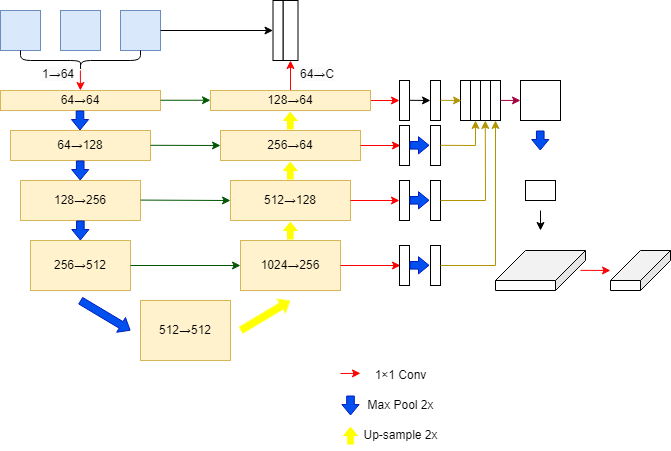
Above: test.drawio.png in DemonH-p/self-study (draw.io), before the change. Source tidied: cells renumbered, new cells last; positions are measured from the earlier drawing's top-left corner, leaving out a move shared by most shapes.
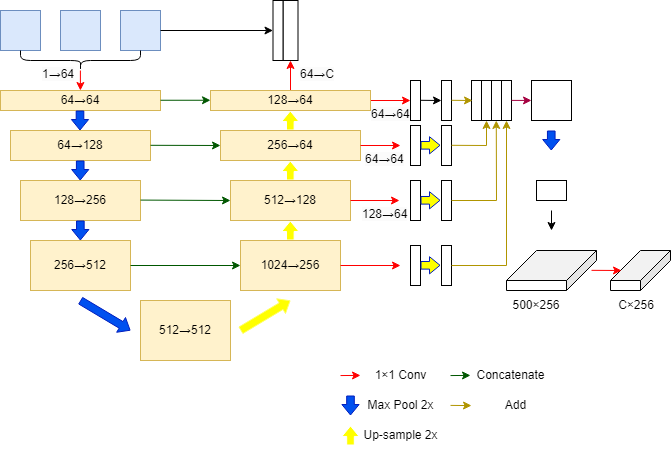
The same file after the commit.

Change to the diagram source:
```diff
@@ -98,15 +98,11 @@
         </Array>
       </mxGeometry>
     </mxCell>
-    <mxCell id="19" style="endArrow=classic;html=1;rounded=0;fillColor=#e51400;strokeColor=#ff0000;" parent="1" edge="1">
+    <mxCell id="19" style="endArrow=classic;html=1;rounded=0;fillColor=#e51400;strokeColor=#ff0000;entryX=0;entryY=0.5;entryDx=0;entryDy=0;" parent="1" edge="1" target="20">
       <mxGeometry relative="1" as="geometry">
         <mxPoint x="359" y="100" as="sourcePoint" />
-        <mxPoint x="399" y="100" as="targetPoint" />
       </mxGeometry>
     </mxCell>
-    <mxCell id="20" style="rounded=0;whiteSpace=wrap;html=1;" parent="1" vertex="1">
-      <mxGeometry x="399" y="80" width="10" height="40" as="geometry" />
-    </mxCell>
     <mxCell id="21" style="rounded=0;whiteSpace=wrap;html=1;" parent="1" vertex="1">
       <mxGeometry x="282.5" width="15" height="60" as="geometry" />
     </mxCell>
@@ -166,7 +162,7 @@
       </mxGeometry>
     </mxCell>
     <mxCell id="35" style="rounded=0;whiteSpace=wrap;html=1;" parent="1" vertex="1">
-      <mxGeometry x="399" y="125" width="10" height="40" as="geometry" />
+      <mxGeometry x="410" y="125" width="10" height="40" as="geometry" />
     </mxCell>
     <mxCell id="36" style="endArrow=classic;html=1;rounded=0;fillColor=#e51400;strokeColor=#ff0000;exitX=1;exitY=0.5;exitDx=0;exitDy=0;" parent="1" edge="1" source="33">
       <mxGeometry relative="1" as="geometry">
@@ -174,7 +170,7 @@
       </mxGeometry>
     </mxCell>
     <mxCell id="37" style="rounded=0;whiteSpace=wrap;html=1;" parent="1" vertex="1">
-      <mxGeometry x="399" y="180" width="10" height="40" as="geometry" />
+      <mxGeometry x="410" y="180" width="10" height="40" as="geometry" />
     </mxCell>
     <mxCell id="38" style="endArrow=classic;html=1;rounded=0;fillColor=#e51400;strokeColor=#ff0000;exitX=1;exitY=0.5;exitDx=0;exitDy=0;" parent="1" edge="1" source="32">
       <mxGeometry relative="1" as="geometry">
@@ -182,107 +178,107 @@
       </mxGeometry>
     </mxCell>
     <mxCell id="39" style="rounded=0;whiteSpace=wrap;html=1;" parent="1" vertex="1">
-      <mxGeometry x="399" y="245" width="10" height="40" as="geometry" />
+      <mxGeometry x="410" y="245" width="10" height="40" as="geometry" />
     </mxCell>
-    <mxCell id="40" style="shape=flexArrow;endArrow=classic;html=1;rounded=0;fillColor=#0050ef;strokeColor=#001DBC;endWidth=8.571428571428571;endSize=3.157142857142857;width=7.619047619047619;" parent="1" edge="1">
+    <mxCell id="40" style="shape=flexArrow;endArrow=classic;html=1;rounded=0;fillColor=#FFFF00;strokeColor=#001DBC;endWidth=8.571428571428571;endSize=3.157142857142857;width=7.619047619047619;" parent="1" edge="1">
       <mxGeometry relative="1" as="geometry">
-        <mxPoint x="409" y="144.8" as="sourcePoint" />
-        <mxPoint x="429" y="144.8" as="targetPoint" />
+        <mxPoint x="420" y="144.8" as="sourcePoint" />
+        <mxPoint x="440" y="144.8" as="targetPoint" />
         <Array as="points">
-          <mxPoint x="409" y="144.8" />
+          <mxPoint x="420" y="144.8" />
         </Array>
       </mxGeometry>
     </mxCell>
     <mxCell id="41" style="rounded=0;whiteSpace=wrap;html=1;" parent="1" vertex="1">
-      <mxGeometry x="430" y="125" width="10" height="40" as="geometry" />
+      <mxGeometry x="441" y="125" width="10" height="40" as="geometry" />
     </mxCell>
-    <mxCell id="42" style="shape=flexArrow;endArrow=classic;html=1;rounded=0;fillColor=#0050ef;strokeColor=#001DBC;endWidth=8.571428571428571;endSize=3.157142857142857;width=7.619047619047619;" parent="1" edge="1">
+    <mxCell id="42" style="shape=flexArrow;endArrow=classic;html=1;rounded=0;fillColor=#FFFF00;strokeColor=#001DBC;endWidth=8.571428571428571;endSize=3.157142857142857;width=7.619047619047619;" parent="1" edge="1">
       <mxGeometry relative="1" as="geometry">
-        <mxPoint x="409" y="199.8" as="sourcePoint" />
-        <mxPoint x="429" y="199.8" as="targetPoint" />
+        <mxPoint x="420" y="199.8" as="sourcePoint" />
+        <mxPoint x="440" y="199.8" as="targetPoint" />
         <Array as="points">
-          <mxPoint x="409" y="199.8" />
+          <mxPoint x="420" y="199.8" />
         </Array>
       </mxGeometry>
     </mxCell>
     <mxCell id="43" style="rounded=0;whiteSpace=wrap;html=1;" parent="1" vertex="1">
-      <mxGeometry x="430" y="180" width="10" height="40" as="geometry" />
+      <mxGeometry x="441" y="180" width="10" height="40" as="geometry" />
     </mxCell>
-    <mxCell id="44" style="shape=flexArrow;endArrow=classic;html=1;rounded=0;fillColor=#0050ef;strokeColor=#001DBC;endWidth=8.571428571428571;endSize=3.157142857142857;width=7.619047619047619;" parent="1" edge="1">
+    <mxCell id="44" style="shape=flexArrow;endArrow=classic;html=1;rounded=0;fillColor=#FFFF00;strokeColor=#001DBC;endWidth=8.571428571428571;endSize=3.157142857142857;width=7.619047619047619;" parent="1" edge="1">
       <mxGeometry relative="1" as="geometry">
-        <mxPoint x="409" y="264.8" as="sourcePoint" />
-        <mxPoint x="429" y="264.8" as="targetPoint" />
+        <mxPoint x="420" y="264.8" as="sourcePoint" />
+        <mxPoint x="440" y="264.8" as="targetPoint" />
         <Array as="points">
-          <mxPoint x="409" y="264.8" />
+          <mxPoint x="420" y="264.8" />
         </Array>
       </mxGeometry>
     </mxCell>
     <mxCell id="45" style="rounded=0;whiteSpace=wrap;html=1;" parent="1" vertex="1">
-      <mxGeometry x="430" y="245" width="10" height="40" as="geometry" />
+      <mxGeometry x="441" y="245" width="10" height="40" as="geometry" />
     </mxCell>
     <mxCell id="46" style="rounded=0;whiteSpace=wrap;html=1;" parent="1" vertex="1">
-      <mxGeometry x="430" y="80" width="10" height="40" as="geometry" />
+      <mxGeometry x="441" y="80" width="10" height="40" as="geometry" />
     </mxCell>
     <mxCell id="47" style="endArrow=classic;html=1;rounded=0;fillColor=#e51400;strokeColor=#000000;" parent="1" edge="1">
       <mxGeometry relative="1" as="geometry">
-        <mxPoint x="409" y="99.8" as="sourcePoint" />
-        <mxPoint x="430" y="100" as="targetPoint" />
+        <mxPoint x="420" y="99.8" as="sourcePoint" />
+        <mxPoint x="441" y="100" as="targetPoint" />
       </mxGeometry>
     </mxCell>
     <mxCell id="48" style="rounded=0;whiteSpace=wrap;html=1;" parent="1" vertex="1">
-      <mxGeometry x="460" y="80" width="10" height="40" as="geometry" />
+      <mxGeometry x="471" y="80" width="10" height="40" as="geometry" />
     </mxCell>
     <mxCell id="49" style="rounded=0;whiteSpace=wrap;html=1;" parent="1" vertex="1">
-      <mxGeometry x="470" y="80" width="10" height="40" as="geometry" />
+      <mxGeometry x="481" y="80" width="10" height="40" as="geometry" />
     </mxCell>
     <mxCell id="50" style="rounded=0;whiteSpace=wrap;html=1;" parent="1" vertex="1">
-      <mxGeometry x="480" y="80" width="10" height="40" as="geometry" />
+      <mxGeometry x="491" y="80" width="10" height="40" as="geometry" />
     </mxCell>
     <mxCell id="51" style="rounded=0;whiteSpace=wrap;html=1;" parent="1" vertex="1">
-      <mxGeometry x="490" y="80" width="10" height="40" as="geometry" />
+      <mxGeometry x="501" y="80" width="10" height="40" as="geometry" />
     </mxCell>
     <mxCell id="52" style="endArrow=classic;html=1;rounded=0;fillColor=#e3c800;strokeColor=#B09500;" parent="1" edge="1">
       <mxGeometry relative="1" as="geometry">
-        <mxPoint x="440" y="99.8" as="sourcePoint" />
-        <mxPoint x="461" y="100" as="targetPoint" />
+        <mxPoint x="451" y="99.8" as="sourcePoint" />
+        <mxPoint x="472" y="100" as="targetPoint" />
       </mxGeometry>
     </mxCell>
     <mxCell id="53" style="endArrow=classic;html=1;rounded=0;fillColor=#e3c800;strokeColor=#B09500;entryX=0.5;entryY=1;entryDx=0;entryDy=0;" parent="1" edge="1" target="49">
       <mxGeometry relative="1" as="geometry">
-        <mxPoint x="440" y="144.8" as="sourcePoint" />
+        <mxPoint x="451" y="144.8" as="sourcePoint" />
         <Array as="points">
-          <mxPoint x="475" y="145" />
+          <mxPoint x="486" y="145" />
         </Array>
       </mxGeometry>
     </mxCell>
     <mxCell id="54" style="endArrow=classic;html=1;rounded=0;fillColor=#e3c800;strokeColor=#B09500;entryX=0.477;entryY=1;entryDx=0;entryDy=0;entryPerimeter=0;exitX=1;exitY=0.5;exitDx=0;exitDy=0;" parent="1" edge="1" source="43" target="50">
       <mxGeometry relative="1" as="geometry">
         <Array as="points">
-          <mxPoint x="485" y="200" />
+          <mxPoint x="496" y="200" />
         </Array>
       </mxGeometry>
     </mxCell>
     <mxCell id="55" style="endArrow=classic;html=1;rounded=0;fillColor=#e3c800;strokeColor=#B09500;entryX=0.5;entryY=1;entryDx=0;entryDy=0;exitX=1;exitY=0.5;exitDx=0;exitDy=0;" parent="1" edge="1" source="45" target="51">
       <mxGeometry relative="1" as="geometry">
         <Array as="points">
-          <mxPoint x="495" y="265" />
+          <mxPoint x="506" y="265" />
         </Array>
       </mxGeometry>
     </mxCell>
     <mxCell id="56" style="endArrow=classic;html=1;rounded=0;fillColor=#d80073;strokeColor=#A50040;" parent="1" edge="1" target="57">
       <mxGeometry relative="1" as="geometry">
-        <mxPoint x="500" y="99.9" as="sourcePoint" />
+        <mxPoint x="511" y="99.9" as="sourcePoint" />
       </mxGeometry>
     </mxCell>
     <mxCell id="57" style="rounded=0;whiteSpace=wrap;html=1;" parent="1" vertex="1">
-      <mxGeometry x="520" y="80" width="40" height="40" as="geometry" />
+      <mxGeometry x="531" y="80" width="40" height="40" as="geometry" />
     </mxCell>
     <mxCell id="58" style="shape=flexArrow;endArrow=classic;html=1;rounded=0;fillColor=#0050ef;strokeColor=#001DBC;endWidth=8.571428571428571;endSize=3.157142857142857;width=7.619047619047619;" parent="1" edge="1">
       <mxGeometry relative="1" as="geometry">
-        <mxPoint x="539.8" y="130" as="sourcePoint" />
-        <mxPoint x="539.8" y="150" as="targetPoint" />
+        <mxPoint x="550.8" y="130" as="sourcePoint" />
+        <mxPoint x="550.8" y="150" as="targetPoint" />
         <Array as="points">
-          <mxPoint x="539.8" y="130" />
+          <mxPoint x="550.8" y="130" />
         </Array>
       </mxGeometry>
     </mxCell>
@@ -294,8 +290,8 @@
     </mxCell>
     <mxCell id="61" style="endArrow=classic;html=1;rounded=0;fillColor=#e51400;strokeColor=#ff0000;" parent="1" edge="1">
       <mxGeometry relative="1" as="geometry">
-        <mxPoint x="340" y="373" as="sourcePoint" />
-        <mxPoint x="360" y="372.8" as="targetPoint" />
+        <mxPoint x="340" y="375.1" as="sourcePoint" />
+        <mxPoint x="360" y="374.9" as="targetPoint" />
       </mxGeometry>
     </mxCell>
     <mxCell id="62" value="1×1 Conv" style="text;html=1;align=center;verticalAlign=middle;strokeColor=none;fillColor=none;" parent="1" vertex="1">
@@ -326,25 +322,61 @@
       <mxGeometry x="350" y="420" width="100" height="30" as="geometry" />
     </mxCell>
     <mxCell id="67" style="rounded=0;whiteSpace=wrap;html=1;" parent="1" vertex="1">
-      <mxGeometry x="525" y="180" width="30" height="20" as="geometry" />
+      <mxGeometry x="536" y="180" width="30" height="20" as="geometry" />
     </mxCell>
     <mxCell id="68" style="shape=cube;whiteSpace=wrap;html=1;boundedLbl=1;backgroundOutline=1;darkOpacity=0.05;darkOpacity2=0.1;flipH=1;size=30;" parent="1" vertex="1">
-      <mxGeometry x="495" y="250" width="90" height="40" as="geometry" />
+      <mxGeometry x="506" y="250" width="90" height="40" as="geometry" />
     </mxCell>
     <mxCell id="69" value="&lt;p style=&quot;line-height: 120%; font-size: 11px;&quot;&gt;&lt;br&gt;&lt;/p&gt;" style="shape=cube;whiteSpace=wrap;html=1;boundedLbl=1;backgroundOutline=1;darkOpacity=0.05;darkOpacity2=0.1;flipH=1;size=30;align=center;" parent="1" vertex="1">
       <mxGeometry x="610" y="250" width="60" height="40" as="geometry" />
     </mxCell>
     <mxCell id="70" style="endArrow=classic;html=1;rounded=0;fillColor=#e51400;strokeColor=#000000;" parent="1" edge="1">
       <mxGeometry relative="1" as="geometry">
-        <mxPoint x="540" y="210" as="sourcePoint" />
-        <mxPoint x="540" y="230" as="targetPoint" />
+        <mxPoint x="551" y="210" as="sourcePoint" />
+        <mxPoint x="551" y="230" as="targetPoint" />
       </mxGeometry>
     </mxCell>
     <mxCell id="71" style="endArrow=classic;html=1;rounded=0;fillColor=#e51400;strokeColor=#ff0000;" parent="1" edge="1">
       <mxGeometry relative="1" as="geometry">
-        <mxPoint x="580" y="269.8" as="sourcePoint" />
-        <mxPoint x="610" y="270" as="targetPoint" />
+        <mxPoint x="591" y="269.8" as="sourcePoint" />
+        <mxPoint x="621" y="270" as="targetPoint" />
       </mxGeometry>
     </mxCell>
+    <mxCell id="72" value="&lt;p&gt;&lt;font style=&quot;font-size: 11px;&quot;&gt;C×256&lt;/font&gt;&lt;/p&gt;" style="text;html=1;strokeColor=none;fillColor=none;align=center;verticalAlign=middle;whiteSpace=wrap;rounded=0;" parent="1" vertex="1">
+      <mxGeometry x="621" y="300" width="30" height="10" as="geometry" />
+    </mxCell>
+    <mxCell id="73" value="&lt;p&gt;&lt;font style=&quot;font-size: 11px;&quot;&gt;500&lt;/font&gt;&lt;span style=&quot;font-size: 11px; background-color: initial;&quot;&gt;×256&lt;/span&gt;&lt;/p&gt;" style="text;html=1;strokeColor=none;fillColor=none;align=center;verticalAlign=middle;whiteSpace=wrap;rounded=0;" parent="1" vertex="1">
+      <mxGeometry x="521" y="300" width="30" height="10" as="geometry" />
+    </mxCell>
+    <mxCell id="74" style="endArrow=classic;html=1;rounded=0;fillColor=#008a00;strokeColor=#005700;" parent="1" edge="1">
+      <mxGeometry relative="1" as="geometry">
+        <mxPoint x="450" y="375.1" as="sourcePoint" />
+        <mxPoint x="470" y="374.9" as="targetPoint" />
+      </mxGeometry>
+    </mxCell>
+    <mxCell id="75" value="Concatenate" style="text;html=1;align=center;verticalAlign=middle;strokeColor=none;fillColor=none;" parent="1" vertex="1">
+      <mxGeometry x="465" y="360" width="90" height="30" as="geometry" />
+    </mxCell>
+    <mxCell id="76" style="endArrow=classic;html=1;rounded=0;fillColor=#e3c800;strokeColor=#B09500;" parent="1" edge="1">
+      <mxGeometry relative="1" as="geometry">
+        <mxPoint x="450" y="404.9" as="sourcePoint" />
+        <mxPoint x="471" y="405.1" as="targetPoint" />
+      </mxGeometry>
+    </mxCell>
+    <mxCell id="77" value="&lt;span style=&quot;color: rgb(0, 0, 0); font-family: Helvetica; font-style: normal; font-variant-ligatures: normal; font-variant-caps: normal; font-weight: 400; letter-spacing: normal; orphans: 2; text-align: center; text-indent: 0px; text-transform: none; widows: 2; word-spacing: 0px; -webkit-text-stroke-width: 0px; background-color: rgb(251, 251, 251); text-decoration-thickness: initial; text-decoration-style: initial; text-decoration-color: initial; float: none; display: inline !important;&quot;&gt;&lt;font style=&quot;font-size: 11px;&quot;&gt;64→64&lt;/font&gt;&lt;/span&gt;" style="text;whiteSpace=wrap;html=1;" parent="1" vertex="1">
+      <mxGeometry x="369" y="100" width="41" height="20" as="geometry" />
+    </mxCell>
+    <mxCell id="78" value="Add" style="text;html=1;align=center;verticalAlign=middle;strokeColor=none;fillColor=none;" parent="1" vertex="1">
+      <mxGeometry x="495" y="390" width="40" height="30" as="geometry" />
+    </mxCell>
+    <mxCell id="20" style="rounded=0;whiteSpace=wrap;html=1;" parent="1" vertex="1">
+      <mxGeometry x="410" y="80" width="10" height="40" as="geometry" />
+    </mxCell>
+    <mxCell id="79" value="&lt;span style=&quot;color: rgb(0, 0, 0); font-family: Helvetica; font-style: normal; font-variant-ligatures: normal; font-variant-caps: normal; font-weight: 400; letter-spacing: normal; orphans: 2; text-align: center; text-indent: 0px; text-transform: none; widows: 2; word-spacing: 0px; -webkit-text-stroke-width: 0px; background-color: rgb(251, 251, 251); text-decoration-thickness: initial; text-decoration-style: initial; text-decoration-color: initial; float: none; display: inline !important;&quot;&gt;&lt;font style=&quot;font-size: 11px;&quot;&gt;64→64&lt;/font&gt;&lt;/span&gt;" style="text;whiteSpace=wrap;html=1;" parent="1" vertex="1">
+      <mxGeometry x="363" y="145" width="41" height="20" as="geometry" />
+    </mxCell>
+    <mxCell id="80" value="&lt;span style=&quot;color: rgb(0, 0, 0); font-family: Helvetica; font-style: normal; font-variant-ligatures: normal; font-variant-caps: normal; font-weight: 400; letter-spacing: normal; orphans: 2; text-align: center; text-indent: 0px; text-transform: none; widows: 2; word-spacing: 0px; -webkit-text-stroke-width: 0px; background-color: rgb(251, 251, 251); text-decoration-thickness: initial; text-decoration-style: initial; text-decoration-color: initial; float: none; display: inline !important;&quot;&gt;&lt;font style=&quot;font-size: 11px;&quot;&gt;128→64&lt;/font&gt;&lt;/span&gt;" style="text;whiteSpace=wrap;html=1;" parent="1" vertex="1">
+      <mxGeometry x="360" y="200" width="41" height="20" as="geometry" />
+    </mxCell>
   </root>
 </mxGraphModel>
```
